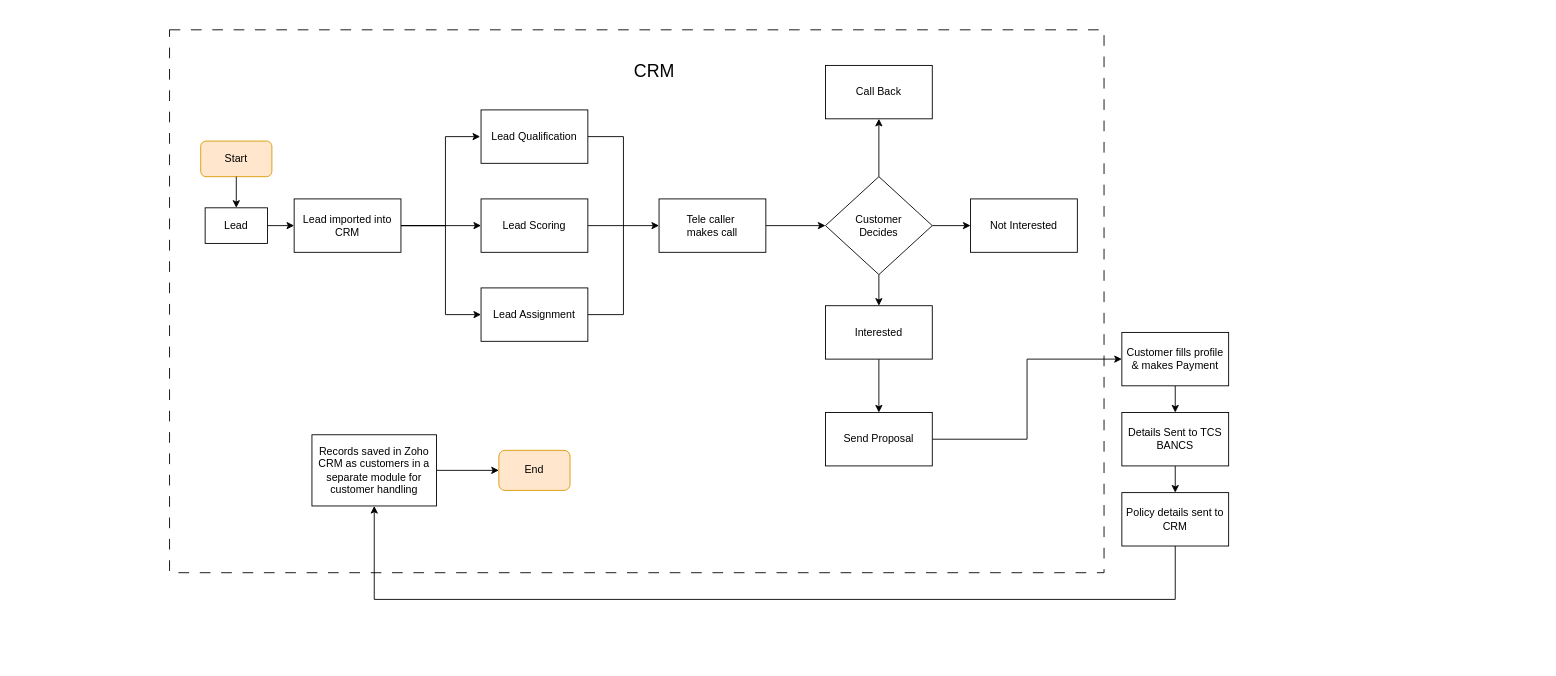
Above: TeleSales.drawio in shaileshsreedar/Galaxy (draw.io), before the change. Source tidied: cells renumbered, new cells numbered last; positions are measured from the earlier drawing's top-left corner, leaving out a move shared by most shapes. Both pictures are drawn from the tidied source at 89%, with x=0, y=0 at pixel (169, 29).
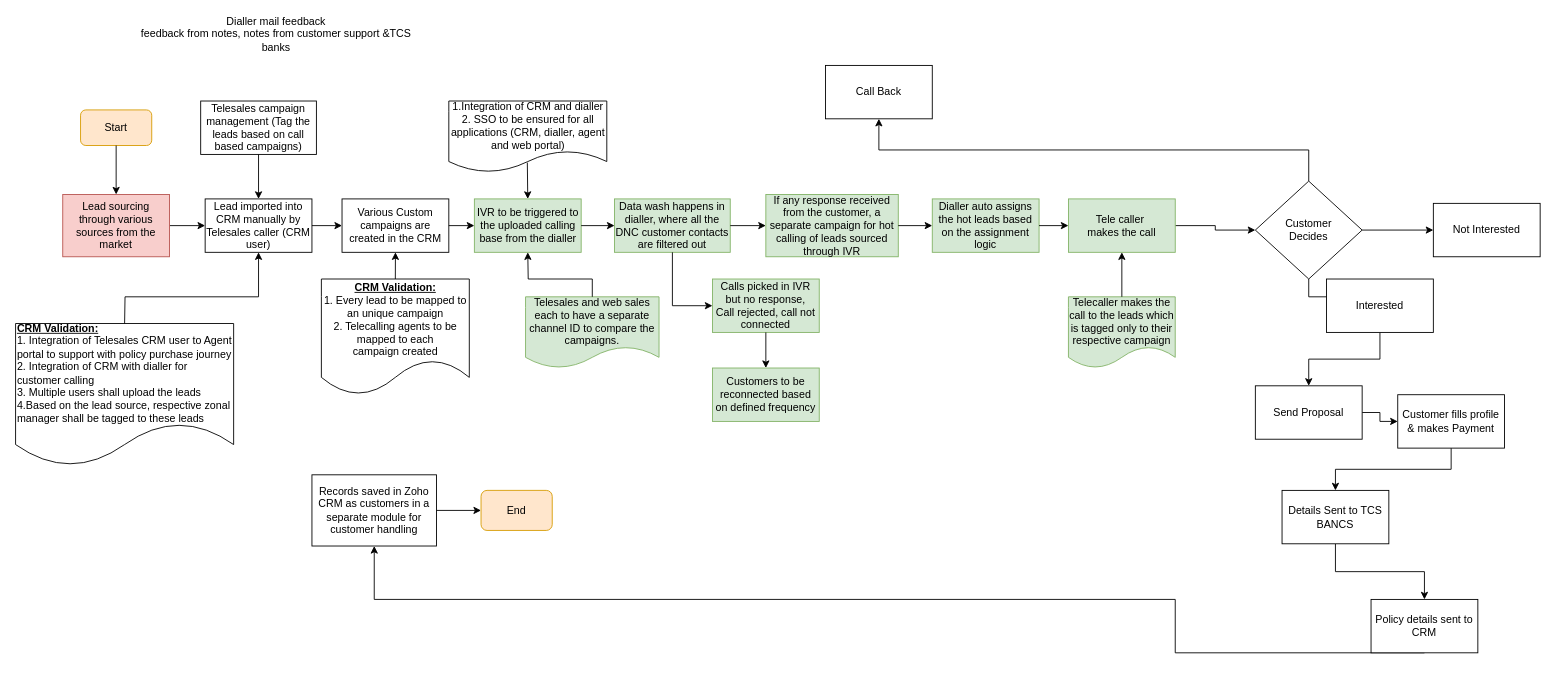
The same diagram, later.

What changed in the source:
```diff
@@
-    <mxCell id="2" style="rounded=0;whiteSpace=wrap;html=1;dashed=1;dashPattern=12 12;" parent="1" vertex="1">
-      <mxGeometry width="1050" height="610" as="geometry" />
-    </mxCell>
@@
-    <mxCell id="4" style="edgeStyle=orthogonalEdgeStyle;rounded=0;jettySize=auto;html=1;exitX=1;exitY=0.5;exitDx=0;exitDy=0;entryX=0;entryY=0.5;entryDx=0;entryDy=0;" parent="1" edge="1" source="6" target="10">
-      <mxGeometry relative="1" as="geometry" />
-    </mxCell>
-    <mxCell id="5" style="edgeStyle=orthogonalEdgeStyle;rounded=0;jettySize=auto;html=1;exitX=1;exitY=0.5;exitDx=0;exitDy=0;entryX=0;entryY=0.5;entryDx=0;entryDy=0;" parent="1" edge="1" source="6" target="11">
-      <mxGeometry relative="1" as="geometry">
-        <Array as="points">
-          <mxPoint x="310" y="220" />
-          <mxPoint x="310" y="320" />
-        </Array>
-      </mxGeometry>
-    </mxCell>
-    <mxCell id="6" value="Lead imported into CRM" style="rounded=0;whiteSpace=wrap;html=1;" parent="1" vertex="1">
-      <mxGeometry x="140" y="190" width="120" height="60" as="geometry" />
+    <mxCell id="6" value="Lead imported into CRM manually by Telesales caller (CRM user)" style="rounded=0;whiteSpace=wrap;html=1;" parent="1" vertex="1">
+      <mxGeometry x="40" y="190" width="120" height="60" as="geometry" />
     </mxCell>
-    <mxCell id="7" style="edgeStyle=orthogonalEdgeStyle;rounded=0;jettySize=auto;html=1;exitX=1;exitY=0.5;exitDx=0;exitDy=0;entryX=1;entryY=0.5;entryDx=0;entryDy=0;endArrow=none;endFill=0;" parent="1" edge="1" source="8" target="11">
-      <mxGeometry relative="1" as="geometry">
-        <Array as="points">
-          <mxPoint x="510" y="120" />
-          <mxPoint x="510" y="320" />
-        </Array>
-      </mxGeometry>
-    </mxCell>
-    <mxCell id="8" value="Lead Qualification" style="rounded=0;whiteSpace=wrap;html=1;" parent="1" vertex="1">
-      <mxGeometry x="350" y="90" width="120" height="60" as="geometry" />
+    <mxCell id="8" value="IVR to be triggered to the uploaded calling base from the dialler" style="rounded=0;whiteSpace=wrap;html=1;fillColor=#d5e8d4;strokeColor=#82b366;" parent="1" vertex="1">
+      <mxGeometry x="342.5" y="190" width="120" height="60" as="geometry" />
     </mxCell>
-    <mxCell id="9" style="edgeStyle=orthogonalEdgeStyle;rounded=0;jettySize=auto;html=1;exitX=1;exitY=0.5;exitDx=0;exitDy=0;entryX=0;entryY=0.5;entryDx=0;entryDy=0;" parent="1" edge="1" source="10" target="13">
-      <mxGeometry relative="1" as="geometry" />
-    </mxCell>
-    <mxCell id="10" value="Lead Scoring" style="rounded=0;whiteSpace=wrap;html=1;" parent="1" vertex="1">
-      <mxGeometry x="350" y="190" width="120" height="60" as="geometry" />
+    <mxCell id="10" value="Calls picked in IVR but no response,&lt;div&gt;Call rejected, call not connected&lt;/div&gt;" style="rounded=0;whiteSpace=wrap;html=1;fillColor=#d5e8d4;strokeColor=#82b366;" parent="1" vertex="1">
+      <mxGeometry x="610" y="280" width="120" height="60" as="geometry" />
     </mxCell>
-    <mxCell id="11" value="Lead Assignment" style="rounded=0;whiteSpace=wrap;html=1;" parent="1" vertex="1">
-      <mxGeometry x="350" y="290" width="120" height="60" as="geometry" />
-    </mxCell>
@@
-    <mxCell id="13" value="Tele caller&amp;nbsp;&lt;div&gt;makes call&lt;/div&gt;" style="rounded=0;whiteSpace=wrap;html=1;" parent="1" vertex="1">
-      <mxGeometry x="550" y="190" width="120" height="60" as="geometry" />
+    <mxCell id="13" value="Tele caller&amp;nbsp;&lt;div&gt;makes the call&lt;/div&gt;" style="rounded=0;whiteSpace=wrap;html=1;fillColor=#d5e8d4;strokeColor=#82b366;" parent="1" vertex="1">
+      <mxGeometry x="1010" y="190" width="120" height="60" as="geometry" />
     </mxCell>
@@
     <mxCell id="18" value="Customer&lt;div&gt;Decides&lt;/div&gt;" style="rhombus;whiteSpace=wrap;html=1;" parent="1" vertex="1">
-      <mxGeometry x="737" y="165" width="120" height="110" as="geometry" />
+      <mxGeometry x="1220" y="170" width="120" height="110" as="geometry" />
     </mxCell>
     <mxCell id="19" value="Not Interested" style="whiteSpace=wrap;html=1;" parent="1" vertex="1">
-      <mxGeometry x="900" y="190" width="120" height="60" as="geometry" />
+      <mxGeometry x="1420" y="195" width="120" height="60" as="geometry" />
     </mxCell>
@@
     <mxCell id="21" value="Interested" style="whiteSpace=wrap;html=1;" parent="1" vertex="1">
-      <mxGeometry x="737" y="310" width="120" height="60" as="geometry" />
+      <mxGeometry x="1300" y="280" width="120" height="60" as="geometry" />
     </mxCell>
@@
     <mxCell id="23" value="Send Proposal" style="whiteSpace=wrap;html=1;" parent="1" vertex="1">
-      <mxGeometry x="737" y="430" width="120" height="60" as="geometry" />
+      <mxGeometry x="1220" y="400" width="120" height="60" as="geometry" />
     </mxCell>
@@
     <mxCell id="25" value="Customer fills profile &amp;amp; makes Payment" style="whiteSpace=wrap;html=1;" parent="1" vertex="1">
-      <mxGeometry x="1070" y="340" width="120" height="60" as="geometry" />
+      <mxGeometry x="1380" y="410" width="120" height="60" as="geometry" />
     </mxCell>
@@
     <mxCell id="27" value="Details Sent to TCS BANCS" style="whiteSpace=wrap;html=1;" parent="1" vertex="1">
-      <mxGeometry x="1070" y="430" width="120" height="60" as="geometry" />
+      <mxGeometry x="1250" y="517.5" width="120" height="60" as="geometry" />
     </mxCell>
@@
     <mxCell id="29" value="Policy details sent to CRM" style="whiteSpace=wrap;html=1;" parent="1" vertex="1">
-      <mxGeometry x="1070" y="520" width="120" height="60" as="geometry" />
+      <mxGeometry x="1350" y="640" width="120" height="60" as="geometry" />
     </mxCell>
     <mxCell id="30" value="Records saved in Zoho CRM as customers in a separate module for customer handling" style="whiteSpace=wrap;html=1;" parent="1" vertex="1">
-      <mxGeometry x="160" y="455" width="140" height="80" as="geometry" />
+      <mxGeometry x="160" y="500" width="140" height="80" as="geometry" />
     </mxCell>
-    <mxCell id="31" style="edgeStyle=orthogonalEdgeStyle;rounded=0;jettySize=auto;html=1;exitX=1;exitY=0.5;exitDx=0;exitDy=0;" parent="1" edge="1" source="6">
-      <mxGeometry relative="1" as="geometry">
-        <mxPoint x="349" y="120" as="targetPoint" />
-        <Array as="points">
-          <mxPoint x="310" y="220" />
-          <mxPoint x="310" y="120" />
-          <mxPoint x="349" y="120" />
-        </Array>
-      </mxGeometry>
-    </mxCell>
@@
     <mxCell id="33" value="End" style="rounded=1;whiteSpace=wrap;html=1;fillColor=#ffe6cc;strokeColor=#d79b00;" parent="1" vertex="1">
-      <mxGeometry x="370" y="472.5" width="80" height="45" as="geometry" />
+      <mxGeometry x="350" y="517.5" width="80" height="45" as="geometry" />
     </mxCell>
     <mxCell id="34" value="Start" style="rounded=1;whiteSpace=wrap;html=1;fillColor=#ffe6cc;strokeColor=#d79b00;" parent="1" vertex="1">
-      <mxGeometry x="35" y="125" width="80" height="40" as="geometry" />
+      <mxGeometry x="-100" y="90" width="80" height="40" as="geometry" />
     </mxCell>
-    <mxCell id="35" value="Lead" style="rounded=0;whiteSpace=wrap;html=1;" parent="1" vertex="1">
-      <mxGeometry x="40" y="200" width="70" height="40" as="geometry" />
+    <mxCell id="35" value="Lead sourcing through various sources from the market" style="rounded=0;whiteSpace=wrap;html=1;fillColor=#f8cecc;strokeColor=#b85450;" parent="1" vertex="1">
+      <mxGeometry x="-120" y="185" width="120" height="70" as="geometry" />
     </mxCell>
@@
-    <mxCell id="37" value="&lt;font style=&quot;font-size: 20px;&quot;&gt;CRM&lt;/font&gt;" style="text;html=1;align=center;verticalAlign=middle;whiteSpace=wrap;rounded=0;" parent="1" vertex="1">
-      <mxGeometry x="480" y="30" width="130" height="30" as="geometry" />
-    </mxCell>
+    <mxCell id="38" value="Telesales campaign management (Tag the leads based on call based campaigns)" style="rounded=0;whiteSpace=wrap;html=1;" parent="1" vertex="1">
+      <mxGeometry x="35" y="80" width="130" height="60" as="geometry" />
+    </mxCell>
+    <mxCell id="39" style="endArrow=classic;html=1;rounded=0;exitX=0.5;exitY=1;exitDx=0;exitDy=0;entryX=0.5;entryY=0;entryDx=0;entryDy=0;" parent="1" edge="1" source="38" target="6">
+      <mxGeometry relative="1" as="geometry" />
+    </mxCell>
+    <mxCell id="40" value="&lt;b&gt;&lt;u&gt;CRM Validation:&lt;/u&gt;&lt;/b&gt;&lt;div&gt;1. Integration of Telesales CRM user to Agent portal to support with policy purchase journey&lt;/div&gt;&lt;div&gt;2. Integration of CRM with dialler for customer calling&lt;/div&gt;&lt;div&gt;3. Multiple users shall upload the leads&lt;/div&gt;&lt;div&gt;4.Based on the lead source, respective zonal manager shall be tagged to these leads&lt;/div&gt;" style="shape=document;whiteSpace=wrap;html=1;boundedLbl=1;align=left;" parent="1" vertex="1">
+      <mxGeometry x="-173" y="330" width="245" height="160" as="geometry" />
+    </mxCell>
+    <mxCell id="41" style="endArrow=classic;html=1;rounded=0;exitX=0.5;exitY=0;exitDx=0;exitDy=0;entryX=0.5;entryY=1;entryDx=0;entryDy=0;" parent="1" edge="1" source="40" target="6">
+      <mxGeometry relative="1" as="geometry">
+        <Array as="points">
+          <mxPoint x="-50" y="300" />
+          <mxPoint x="100" y="300" />
+        </Array>
+      </mxGeometry>
+    </mxCell>
+    <mxCell id="42" style="endArrow=classic;html=1;rounded=0;exitX=1;exitY=0.5;exitDx=0;exitDy=0;entryX=0;entryY=0.5;entryDx=0;entryDy=0;" parent="1" edge="1" source="6" target="58">
+      <mxGeometry relative="1" as="geometry" />
+    </mxCell>
+    <mxCell id="43" value="1.Integration of CRM and dialler&lt;div&gt;2. SSO to be ensured for all applications (CRM, dialler, agent and web portal)&lt;/div&gt;" style="shape=document;whiteSpace=wrap;html=1;boundedLbl=1;" parent="1" vertex="1">
+      <mxGeometry x="313.8" y="80" width="177.5" height="80" as="geometry" />
+    </mxCell>
+    <mxCell id="44" style="endArrow=classic;html=1;rounded=0;exitX=0.497;exitY=0.865;exitDx=0;exitDy=0;exitPerimeter=0;entryX=0.5;entryY=0;entryDx=0;entryDy=0;" parent="1" edge="1" source="43" target="8">
+      <mxGeometry relative="1" as="geometry" />
+    </mxCell>
+    <mxCell id="45" value="Data wash happens in dialler, where all the DNC customer contacts are filtered out" style="rounded=0;whiteSpace=wrap;html=1;fillColor=#d5e8d4;strokeColor=#82b366;" parent="1" vertex="1">
+      <mxGeometry x="500" y="190" width="130" height="60" as="geometry" />
+    </mxCell>
+    <mxCell id="46" value="Dialler mail feedback&lt;div&gt;feedback from notes, notes from customer support &amp;amp;TCS banks&lt;/div&gt;" style="text;html=1;align=center;verticalAlign=middle;whiteSpace=wrap;rounded=0;" parent="1" vertex="1">
+      <mxGeometry x="-50" y="-10" width="340" height="30" as="geometry" />
+    </mxCell>
+    <mxCell id="47" value="If any response received from the customer, a separate campaign for hot calling of leads sourced through IVR" style="rounded=0;whiteSpace=wrap;html=1;fillColor=#d5e8d4;strokeColor=#82b366;" parent="1" vertex="1">
+      <mxGeometry x="670" y="185" width="148.8" height="70" as="geometry" />
+    </mxCell>
+    <mxCell id="48" style="endArrow=classic;html=1;rounded=0;exitX=1;exitY=0.5;exitDx=0;exitDy=0;entryX=0;entryY=0.5;entryDx=0;entryDy=0;" parent="1" edge="1" source="8" target="45">
+      <mxGeometry relative="1" as="geometry" />
+    </mxCell>
+    <mxCell id="49" style="endArrow=classic;html=1;rounded=0;exitX=1;exitY=0.5;exitDx=0;exitDy=0;entryX=0;entryY=0.5;entryDx=0;entryDy=0;" parent="1" edge="1" source="45" target="47">
+      <mxGeometry relative="1" as="geometry" />
+    </mxCell>
+    <mxCell id="50" style="endArrow=classic;html=1;rounded=0;exitX=0.5;exitY=1;exitDx=0;exitDy=0;entryX=0;entryY=0.5;entryDx=0;entryDy=0;" parent="1" edge="1" source="45" target="10">
+      <mxGeometry relative="1" as="geometry">
+        <Array as="points">
+          <mxPoint x="565" y="310" />
+        </Array>
+      </mxGeometry>
+    </mxCell>
+    <mxCell id="51" style="endArrow=classic;html=1;rounded=0;exitX=0.5;exitY=1;exitDx=0;exitDy=0;entryX=0.5;entryY=0;entryDx=0;entryDy=0;" parent="1" edge="1" source="10" target="52">
+      <mxGeometry relative="1" as="geometry" />
+    </mxCell>
+    <mxCell id="52" value="Customers to be reconnected based on defined frequency" style="rounded=0;whiteSpace=wrap;html=1;fillColor=#d5e8d4;strokeColor=#82b366;" parent="1" vertex="1">
+      <mxGeometry x="610" y="380" width="120" height="60" as="geometry" />
+    </mxCell>
+    <mxCell id="53" style="endArrow=classic;html=1;rounded=0;exitX=1;exitY=0.5;exitDx=0;exitDy=0;entryX=0;entryY=0.5;entryDx=0;entryDy=0;" parent="1" edge="1" source="47" target="56">
+      <mxGeometry relative="1" as="geometry" />
+    </mxCell>
+    <mxCell id="54" value="Telesales and web sales each to have a separate channel ID to compare the campaigns." style="shape=document;whiteSpace=wrap;html=1;boundedLbl=1;fillColor=#d5e8d4;strokeColor=#82b366;" parent="1" vertex="1">
+      <mxGeometry x="400" y="300" width="150" height="80" as="geometry" />
+    </mxCell>
+    <mxCell id="55" style="endArrow=classic;html=1;rounded=0;exitX=0.5;exitY=0;exitDx=0;exitDy=0;entryX=0.5;entryY=1;entryDx=0;entryDy=0;" parent="1" edge="1" source="54" target="8">
+      <mxGeometry relative="1" as="geometry">
+        <Array as="points">
+          <mxPoint x="475" y="280" />
+          <mxPoint x="403" y="280" />
+        </Array>
+      </mxGeometry>
+    </mxCell>
+    <mxCell id="56" value="Dialler auto assigns the hot leads based on the assignment logic" style="rounded=0;whiteSpace=wrap;html=1;fillColor=#d5e8d4;strokeColor=#82b366;" parent="1" vertex="1">
+      <mxGeometry x="857" y="190" width="120" height="60" as="geometry" />
+    </mxCell>
+    <mxCell id="57" style="endArrow=classic;html=1;rounded=0;exitX=1;exitY=0.5;exitDx=0;exitDy=0;entryX=0;entryY=0.5;entryDx=0;entryDy=0;" parent="1" edge="1" source="56" target="13">
+      <mxGeometry relative="1" as="geometry" />
+    </mxCell>
+    <mxCell id="58" value="Various Custom campaigns are created in the CRM" style="rounded=0;whiteSpace=wrap;html=1;" parent="1" vertex="1">
+      <mxGeometry x="193.8" y="190" width="120" height="60" as="geometry" />
+    </mxCell>
+    <mxCell id="59" style="endArrow=classic;html=1;rounded=0;exitX=1;exitY=0.5;exitDx=0;exitDy=0;entryX=0;entryY=0.5;entryDx=0;entryDy=0;" parent="1" edge="1" source="58" target="8">
+      <mxGeometry relative="1" as="geometry" />
+    </mxCell>
+    <mxCell id="60" value="&lt;b&gt;&lt;u&gt;CRM Validation:&lt;/u&gt;&lt;/b&gt;&lt;div&gt;1. Every lead to be mapped to an unique campaign&lt;/div&gt;&lt;div&gt;2. T&lt;span style=&quot;white-space: pre;&quot;&gt;elecalling agents to be&lt;/span&gt;&lt;/div&gt;&lt;div&gt;&lt;span style=&quot;white-space: pre;&quot;&gt; mapped to each&amp;nbsp;&lt;/span&gt;&lt;/div&gt;&lt;div&gt;&lt;span style=&quot;white-space: pre;&quot;&gt;campaign created&lt;/span&gt;&lt;/div&gt;" style="shape=document;whiteSpace=wrap;html=1;boundedLbl=1;" parent="1" vertex="1">
+      <mxGeometry x="170.6" y="280" width="166.2" height="130" as="geometry" />
+    </mxCell>
+    <mxCell id="61" style="endArrow=classic;html=1;rounded=0;exitX=0.5;exitY=0;exitDx=0;exitDy=0;entryX=0.5;entryY=1;entryDx=0;entryDy=0;" parent="1" edge="1" source="60" target="58">
+      <mxGeometry relative="1" as="geometry" />
+    </mxCell>
+    <mxCell id="62" value="Telecaller makes the call to the leads which is tagged only to their respective campaign" style="shape=document;whiteSpace=wrap;html=1;boundedLbl=1;fillColor=#d5e8d4;strokeColor=#82b366;" parent="1" vertex="1">
+      <mxGeometry x="1010" y="300" width="120" height="80" as="geometry" />
+    </mxCell>
+    <mxCell id="63" style="endArrow=classic;html=1;rounded=0;exitX=0.5;exitY=0;exitDx=0;exitDy=0;entryX=0.5;entryY=1;entryDx=0;entryDy=0;" parent="1" edge="1" source="62" target="13">
+      <mxGeometry relative="1" as="geometry" />
+    </mxCell>
```
